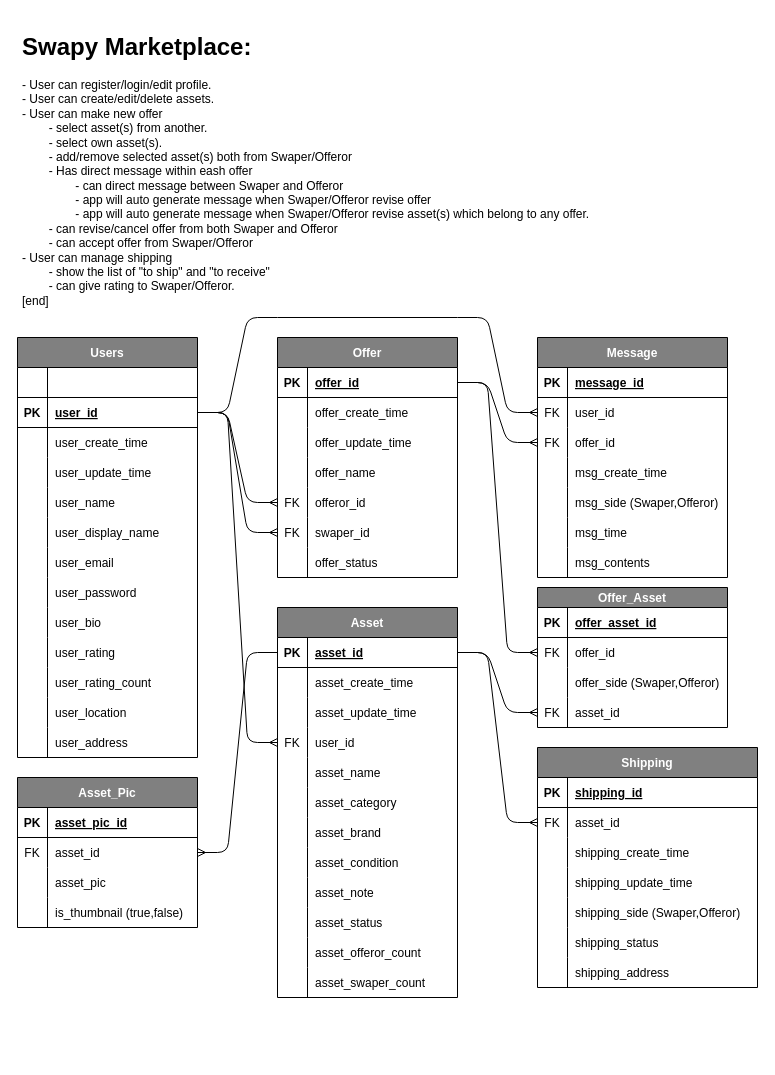
This is src/E-R Diagram.drawio from besbesbesbes/swapy_marketplace, a draw.io file, before an edit. Source tidied: cells renumbered, new cells numbered last; positions are measured from the earlier drawing's top-left corner, leaving out a move shared by most shapes. Both pictures are drawn from the tidied source at 100%, with x=0, y=0 at pixel (17, 27).
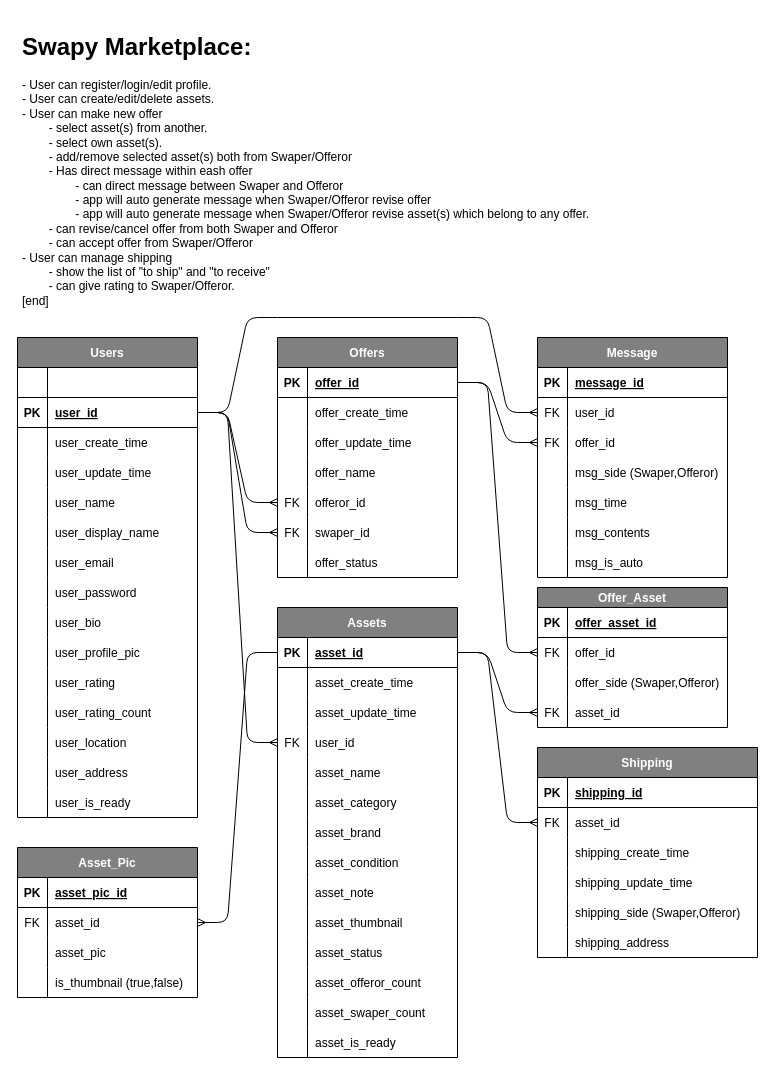
After the change.

Unchanged cells that the change refers to:
```xml
<mxCell id="133" value="Message" style="shape=table;startSize=30;childLayout=tableLayout;rowLines=0;fontStyle=1;align=center;fontColor=#FFFFFF;fillColor=#808080;" parent="1" vertex="1">
  <mxGeometry x="520" y="310" width="190" height="240" as="geometry" />
</mxCell>
```

Diff of the diagram source:
```diff
@@
     <mxCell id="2" value="Users" style="shape=table;startSize=30;childLayout=tableLayout;rowLines=0;fontStyle=1;align=center;labelBackgroundColor=none;fontColor=#ffffff;fillColor=#808080;" parent="1" vertex="1">
-      <mxGeometry y="310" width="180" height="420" as="geometry" />
+      <mxGeometry y="310" width="180" height="480" as="geometry" />
     </mxCell>
@@
+    <mxCell id="185" style="shape=tableRow;horizontal=0;startSize=0;swimlaneHead=0;swimlaneBody=0;fillColor=none;top=0;left=0;right=0;bottom=0;" parent="2" vertex="1">
+      <mxGeometry y="300" width="180" height="30" as="geometry" />
+    </mxCell>
+    <mxCell id="186" style="shape=partialRectangle;fillColor=none;top=0;left=0;bottom=0;right=0;overflow=hidden;" parent="185" vertex="1">
+      <mxGeometry width="30" height="30" as="geometry" />
+    </mxCell>
+    <mxCell id="187" value="user_profile_pic" style="shape=partialRectangle;fillColor=none;top=0;left=0;bottom=0;right=0;align=left;spacingLeft=6;overflow=hidden;" parent="185" vertex="1">
+      <mxGeometry x="30" width="150" height="30" as="geometry" />
+    </mxCell>
     <mxCell id="30" style="shape=tableRow;horizontal=0;startSize=0;swimlaneHead=0;swimlaneBody=0;fillColor=none;top=0;left=0;right=0;bottom=0;" parent="2" vertex="1">
-      <mxGeometry y="300" width="180" height="30" as="geometry" />
+      <mxGeometry y="330" width="180" height="30" as="geometry" />
     </mxCell>
@@
     <mxCell id="33" style="shape=tableRow;horizontal=0;startSize=0;swimlaneHead=0;swimlaneBody=0;fillColor=none;top=0;left=0;right=0;bottom=0;" parent="2" vertex="1">
-      <mxGeometry y="330" width="180" height="30" as="geometry" />
+      <mxGeometry y="360" width="180" height="30" as="geometry" />
     </mxCell>
@@
     <mxCell id="36" style="shape=tableRow;horizontal=0;startSize=0;swimlaneHead=0;swimlaneBody=0;fillColor=none;top=0;left=0;right=0;bottom=0;" parent="2" vertex="1">
-      <mxGeometry y="360" width="180" height="30" as="geometry" />
+      <mxGeometry y="390" width="180" height="30" as="geometry" />
     </mxCell>
@@
     <mxCell id="39" style="shape=tableRow;horizontal=0;startSize=0;swimlaneHead=0;swimlaneBody=0;fillColor=none;top=0;left=0;right=0;bottom=0;" parent="2" vertex="1">
-      <mxGeometry y="390" width="180" height="30" as="geometry" />
+      <mxGeometry y="420" width="180" height="30" as="geometry" />
     </mxCell>
@@
+    <mxCell id="188" style="shape=tableRow;horizontal=0;startSize=0;swimlaneHead=0;swimlaneBody=0;fillColor=none;top=0;left=0;right=0;bottom=0;" parent="2" vertex="1">
+      <mxGeometry y="450" width="180" height="30" as="geometry" />
+    </mxCell>
+    <mxCell id="189" style="shape=partialRectangle;fillColor=none;top=0;left=0;bottom=0;right=0;overflow=hidden;" parent="188" vertex="1">
+      <mxGeometry width="30" height="30" as="geometry" />
+    </mxCell>
+    <mxCell id="190" value="user_is_ready" style="shape=partialRectangle;fillColor=none;top=0;left=0;bottom=0;right=0;align=left;spacingLeft=6;overflow=hidden;" parent="188" vertex="1">
+      <mxGeometry x="30" width="150" height="30" as="geometry" />
+    </mxCell>
-    <mxCell id="42" value="Asset" style="shape=table;startSize=30;childLayout=tableLayout;rowLines=0;fontStyle=1;align=center;fontColor=#FFFFFF;fillColor=#808080;" parent="1" vertex="1">
-      <mxGeometry x="260" y="580" width="180" height="390" as="geometry" />
+    <mxCell id="42" value="Assets" style="shape=table;startSize=30;childLayout=tableLayout;rowLines=0;fontStyle=1;align=center;fontColor=#FFFFFF;fillColor=#808080;" parent="1" vertex="1">
+      <mxGeometry x="260" y="580" width="180" height="450" as="geometry" />
     </mxCell>
@@
+    <mxCell id="191" style="shape=tableRow;horizontal=0;startSize=0;swimlaneHead=0;swimlaneBody=0;fillColor=none;top=0;left=0;right=0;bottom=0;" parent="42" vertex="1">
+      <mxGeometry y="300" width="180" height="30" as="geometry" />
+    </mxCell>
+    <mxCell id="192" style="shape=partialRectangle;fillColor=none;top=0;left=0;bottom=0;right=0;overflow=hidden;" parent="191" vertex="1">
+      <mxGeometry width="30" height="30" as="geometry" />
+    </mxCell>
+    <mxCell id="193" value="asset_thumbnail" style="shape=partialRectangle;fillColor=none;top=0;left=0;bottom=0;right=0;align=left;spacingLeft=6;overflow=hidden;" parent="191" vertex="1">
+      <mxGeometry x="30" width="150" height="30" as="geometry" />
+    </mxCell>
     <mxCell id="70" style="shape=tableRow;horizontal=0;startSize=0;swimlaneHead=0;swimlaneBody=0;fillColor=none;top=0;left=0;right=0;bottom=0;" parent="42" vertex="1">
-      <mxGeometry y="300" width="180" height="30" as="geometry" />
+      <mxGeometry y="330" width="180" height="30" as="geometry" />
     </mxCell>
@@
     <mxCell id="73" style="shape=tableRow;horizontal=0;startSize=0;swimlaneHead=0;swimlaneBody=0;fillColor=none;top=0;left=0;right=0;bottom=0;" parent="42" vertex="1">
-      <mxGeometry y="330" width="180" height="30" as="geometry" />
+      <mxGeometry y="360" width="180" height="30" as="geometry" />
     </mxCell>
@@
     <mxCell id="76" style="shape=tableRow;horizontal=0;startSize=0;swimlaneHead=0;swimlaneBody=0;fillColor=none;top=0;left=0;right=0;bottom=0;" parent="42" vertex="1">
-      <mxGeometry y="360" width="180" height="30" as="geometry" />
+      <mxGeometry y="390" width="180" height="30" as="geometry" />
     </mxCell>
@@
+    <mxCell id="194" style="shape=tableRow;horizontal=0;startSize=0;swimlaneHead=0;swimlaneBody=0;fillColor=none;top=0;left=0;right=0;bottom=0;" parent="42" vertex="1">
+      <mxGeometry y="420" width="180" height="30" as="geometry" />
+    </mxCell>
+    <mxCell id="195" style="shape=partialRectangle;fillColor=none;top=0;left=0;bottom=0;right=0;overflow=hidden;" parent="194" vertex="1">
+      <mxGeometry width="30" height="30" as="geometry" />
+    </mxCell>
+    <mxCell id="196" value="asset_is_ready" style="shape=partialRectangle;fillColor=none;top=0;left=0;bottom=0;right=0;align=left;spacingLeft=6;overflow=hidden;" parent="194" vertex="1">
+      <mxGeometry x="30" width="150" height="30" as="geometry" />
+    </mxCell>
-    <mxCell id="79" value="Offer" style="shape=table;startSize=30;childLayout=tableLayout;rowLines=0;fontStyle=1;align=center;fillColor=#808080;strokeColor=#000000;fontColor=#FFFFFF;" parent="1" vertex="1">
+    <mxCell id="79" value="Offers" style="shape=table;startSize=30;childLayout=tableLayout;rowLines=0;fontStyle=1;align=center;fillColor=#808080;strokeColor=#000000;fontColor=#FFFFFF;" parent="1" vertex="1">
       <mxGeometry x="260" y="310" width="180" height="240" as="geometry" />
     </mxCell>
@@
     <mxCell id="120" value="Asset_Pic" style="shape=table;startSize=30;childLayout=tableLayout;rowLines=0;fontStyle=1;align=center;fontColor=#FFFFFF;fillColor=#808080;" parent="1" vertex="1">
-      <mxGeometry y="750" width="180" height="150" as="geometry" />
+      <mxGeometry y="820" width="180" height="150" as="geometry" />
     </mxCell>
@@
-    <mxCell id="143" style="shape=tableRow;horizontal=0;startSize=0;swimlaneHead=0;swimlaneBody=0;fillColor=none;top=0;left=0;right=0;bottom=0;" parent="133" vertex="1">
-      <mxGeometry y="120" width="190" height="30" as="geometry" />
-    </mxCell>
-    <mxCell id="144" style="shape=partialRectangle;fillColor=none;top=0;left=0;bottom=0;right=0;overflow=hidden;" parent="143" vertex="1">
-      <mxGeometry width="30" height="30" as="geometry" />
-    </mxCell>
-    <mxCell id="145" value="msg_create_time" style="shape=partialRectangle;fillColor=none;top=0;left=0;bottom=0;right=0;align=left;spacingLeft=6;overflow=hidden;" parent="143" vertex="1">
-      <mxGeometry x="30" width="160" height="30" as="geometry" />
-    </mxCell>
     <mxCell id="146" style="shape=tableRow;horizontal=0;startSize=0;swimlaneHead=0;swimlaneBody=0;fillColor=none;top=0;left=0;right=0;bottom=0;" parent="133" vertex="1">
-      <mxGeometry y="150" width="190" height="30" as="geometry" />
+      <mxGeometry y="120" width="190" height="30" as="geometry" />
     </mxCell>
@@
     <mxCell id="149" style="shape=tableRow;horizontal=0;startSize=0;swimlaneHead=0;swimlaneBody=0;fillColor=none;top=0;left=0;right=0;bottom=0;" parent="133" vertex="1">
-      <mxGeometry y="180" width="190" height="30" as="geometry" />
+      <mxGeometry y="150" width="190" height="30" as="geometry" />
     </mxCell>
@@
     <mxCell id="152" style="shape=tableRow;horizontal=0;startSize=0;swimlaneHead=0;swimlaneBody=0;fillColor=none;top=0;left=0;right=0;bottom=0;" parent="133" vertex="1">
-      <mxGeometry y="210" width="190" height="30" as="geometry" />
+      <mxGeometry y="180" width="190" height="30" as="geometry" />
     </mxCell>
@@
+    <mxCell id="197" style="shape=tableRow;horizontal=0;startSize=0;swimlaneHead=0;swimlaneBody=0;fillColor=none;top=0;left=0;right=0;bottom=0;" parent="133" vertex="1">
+      <mxGeometry y="210" width="190" height="30" as="geometry" />
+    </mxCell>
+    <mxCell id="198" style="shape=partialRectangle;fillColor=none;top=0;left=0;bottom=0;right=0;overflow=hidden;" parent="197" vertex="1">
+      <mxGeometry width="30" height="30" as="geometry" />
+    </mxCell>
+    <mxCell id="199" value="msg_is_auto" style="shape=partialRectangle;fillColor=none;top=0;left=0;bottom=0;right=0;align=left;spacingLeft=6;overflow=hidden;" parent="197" vertex="1">
+      <mxGeometry x="30" width="160" height="30" as="geometry" />
+    </mxCell>
@@
     <mxCell id="157" value="Shipping" style="shape=table;startSize=30;childLayout=tableLayout;rowLines=0;fontStyle=1;align=center;labelBackgroundColor=none;strokeColor=#000000;fontColor=#FFFFFF;fillColor=#808080;" parent="1" vertex="1">
-      <mxGeometry x="520" y="720" width="220" height="240" as="geometry" />
+      <mxGeometry x="520" y="720" width="220" height="210" as="geometry" />
     </mxCell>
@@
-    <mxCell id="173" style="shape=tableRow;horizontal=0;startSize=0;swimlaneHead=0;swimlaneBody=0;fillColor=none;top=0;left=0;right=0;bottom=0;labelBackgroundColor=none;strokeColor=#000000;fontColor=#000000;" parent="157" vertex="1">
-      <mxGeometry y="180" width="220" height="30" as="geometry" />
-    </mxCell>
-    <mxCell id="174" style="shape=partialRectangle;fillColor=none;top=0;left=0;bottom=0;right=0;overflow=hidden;labelBackgroundColor=none;strokeColor=#000000;fontColor=#000000;" parent="173" vertex="1">
-      <mxGeometry width="30" height="30" as="geometry" />
-    </mxCell>
-    <mxCell id="175" value="shipping_status" style="shape=partialRectangle;fillColor=none;top=0;left=0;bottom=0;right=0;align=left;spacingLeft=6;overflow=hidden;labelBackgroundColor=none;strokeColor=#000000;fontColor=#000000;" parent="173" vertex="1">
-      <mxGeometry x="30" width="190" height="30" as="geometry" />
-    </mxCell>
     <mxCell id="176" style="shape=tableRow;horizontal=0;startSize=0;swimlaneHead=0;swimlaneBody=0;fillColor=none;top=0;left=0;right=0;bottom=0;labelBackgroundColor=none;strokeColor=#000000;fontColor=#000000;" parent="157" vertex="1">
-      <mxGeometry y="210" width="220" height="30" as="geometry" />
+      <mxGeometry y="180" width="220" height="30" as="geometry" />
     </mxCell>
```
